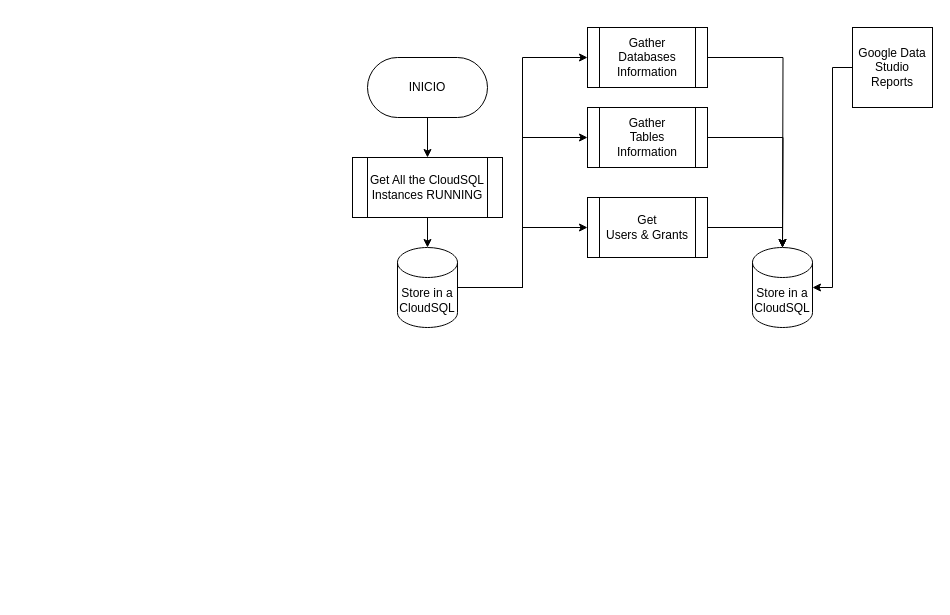
jotaccruz/GCPCloudSQLCollector keeps this draw.io diagram as Telus Automatic Inventory.drawio. Above is the earlier version. Source tidied: cells renumbered, new cells numbered last; positions are measured from the earlier drawing's top-left corner, leaving out a move shared by most shapes. Both pictures are drawn from the tidied source at 100%, with x=0, y=0 at pixel (352, 27).
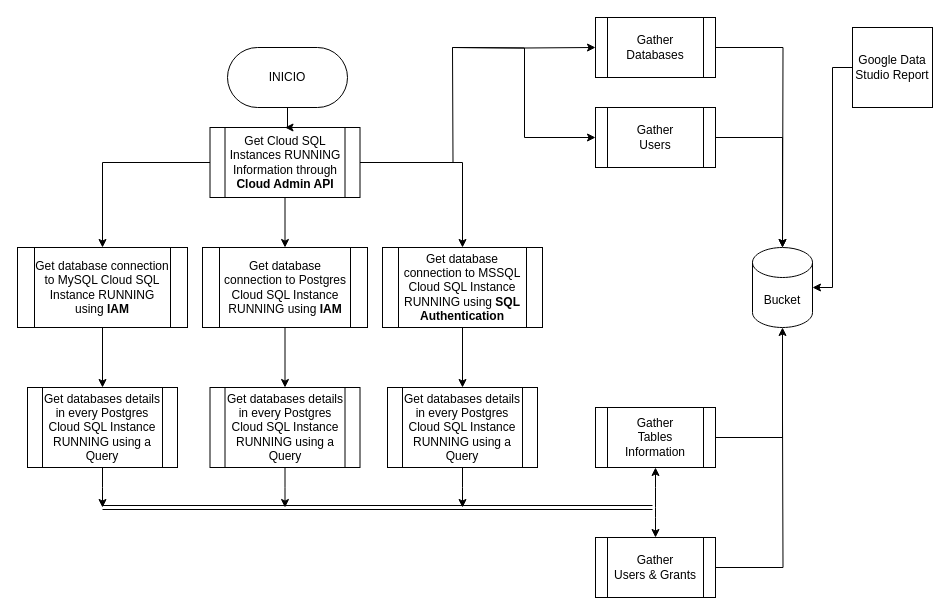
The same page after the edit.

What changed in the source:
```diff
@@
-    <mxCell id="2" style="edgeStyle=orthogonalEdgeStyle;rounded=0;jettySize=auto;html=1;" parent="1" edge="1" source="3" target="9">
-      <mxGeometry relative="1" as="geometry" />
-    </mxCell>
+    <mxCell id="19" style="edgeStyle=orthogonalEdgeStyle;rounded=0;jettySize=auto;html=1;entryX=0.5;entryY=0;entryDx=0;entryDy=0;" parent="1" edge="1" source="3" target="28">
+      <mxGeometry relative="1" as="geometry" />
+    </mxCell>
+    <mxCell id="20" style="edgeStyle=orthogonalEdgeStyle;rounded=0;jettySize=auto;html=1;" parent="1" edge="1" source="3" target="30">
+      <mxGeometry relative="1" as="geometry" />
+    </mxCell>
+    <mxCell id="21" style="edgeStyle=orthogonalEdgeStyle;rounded=0;jettySize=auto;html=1;" parent="1" edge="1" source="3" target="32">
+      <mxGeometry relative="1" as="geometry" />
+    </mxCell>
+    <mxCell id="22" style="edgeStyle=orthogonalEdgeStyle;rounded=0;jettySize=auto;html=1;startArrow=none;startFill=0;endArrow=none;endFill=0;" parent="1" edge="1" source="3">
+      <mxGeometry relative="1" as="geometry">
+        <mxPoint x="100" y="20" as="targetPoint" />
+      </mxGeometry>
+    </mxCell>
-    <mxCell id="3" value="Get All the CloudSQL Instances RUNNING" style="shape=process;whiteSpace=wrap;html=1;backgroundOutline=1;" parent="1" vertex="1">
-      <mxGeometry y="130" width="150" height="60" as="geometry" />
+    <mxCell id="3" value="Get Cloud SQL Instances RUNNING Information through &lt;b&gt;Cloud Admin API&lt;/b&gt;" style="shape=process;whiteSpace=wrap;html=1;backgroundOutline=1;" parent="1" vertex="1">
+      <mxGeometry x="-142.5" y="100" width="150" height="70" as="geometry" />
     </mxCell>
@@
     <mxCell id="5" value="INICIO" style="rounded=1;whiteSpace=wrap;html=1;arcSize=50;" parent="1" vertex="1">
-      <mxGeometry x="15" y="30" width="120" height="60" as="geometry" />
+      <mxGeometry x="-125" y="20" width="120" height="60" as="geometry" />
     </mxCell>
-    <mxCell id="6" style="edgeStyle=orthogonalEdgeStyle;rounded=0;jettySize=auto;html=1;entryX=0;entryY=0.5;entryDx=0;entryDy=0;" parent="1" edge="1" source="9" target="13">
-      <mxGeometry relative="1" as="geometry" />
-    </mxCell>
-    <mxCell id="7" style="edgeStyle=orthogonalEdgeStyle;rounded=0;jettySize=auto;html=1;entryX=0;entryY=0.5;entryDx=0;entryDy=0;" parent="1" edge="1" source="9" target="15">
-      <mxGeometry relative="1" as="geometry" />
-    </mxCell>
-    <mxCell id="8" style="edgeStyle=orthogonalEdgeStyle;rounded=0;jettySize=auto;html=1;entryX=0;entryY=0.5;entryDx=0;entryDy=0;" parent="1" edge="1" source="9" target="11">
-      <mxGeometry relative="1" as="geometry" />
-    </mxCell>
-    <mxCell id="9" value="Store in a CloudSQL" style="shape=cylinder3;whiteSpace=wrap;html=1;boundedLbl=1;backgroundOutline=1;size=15;" parent="1" vertex="1">
-      <mxGeometry x="45" y="220" width="60" height="80" as="geometry" />
-    </mxCell>
+    <mxCell id="23" style="edgeStyle=orthogonalEdgeStyle;rounded=0;jettySize=auto;html=1;entryX=0;entryY=0.5;entryDx=0;entryDy=0;" parent="1" edge="1" target="11">
+      <mxGeometry relative="1" as="geometry">
+        <mxPoint x="100" y="20" as="sourcePoint" />
+      </mxGeometry>
+    </mxCell>
+    <mxCell id="24" style="edgeStyle=orthogonalEdgeStyle;rounded=0;jettySize=auto;html=1;entryX=0;entryY=0.5;entryDx=0;entryDy=0;" parent="1" edge="1" target="15">
+      <mxGeometry relative="1" as="geometry">
+        <mxPoint x="100" y="20" as="sourcePoint" />
+      </mxGeometry>
+    </mxCell>
@@
-    <mxCell id="11" value="Gather&lt;br&gt;Databases Information" style="shape=process;whiteSpace=wrap;html=1;backgroundOutline=1;" parent="1" vertex="1">
-      <mxGeometry x="235" width="120" height="60" as="geometry" />
+    <mxCell id="11" value="Gather&lt;br&gt;Databases" style="shape=process;whiteSpace=wrap;html=1;backgroundOutline=1;" parent="1" vertex="1">
+      <mxGeometry x="243" y="-10" width="120" height="60" as="geometry" />
     </mxCell>
-    <mxCell id="12" style="edgeStyle=orthogonalEdgeStyle;rounded=0;jettySize=auto;html=1;" parent="1" edge="1" source="13">
-      <mxGeometry relative="1" as="geometry">
-        <mxPoint x="430" y="220" as="targetPoint" />
-      </mxGeometry>
-    </mxCell>
+    <mxCell id="25" style="edgeStyle=orthogonalEdgeStyle;rounded=0;jettySize=auto;html=1;startArrow=classic;startFill=1;endArrow=none;endFill=0;" parent="1" edge="1" source="13">
+      <mxGeometry relative="1" as="geometry">
+        <mxPoint x="303" y="480" as="targetPoint" />
+      </mxGeometry>
+    </mxCell>
+    <mxCell id="26" style="edgeStyle=orthogonalEdgeStyle;rounded=0;jettySize=auto;html=1;entryX=0.5;entryY=1;entryDx=0;entryDy=0;entryPerimeter=0;startArrow=none;startFill=0;endArrow=classic;endFill=1;" parent="1" edge="1" source="13" target="16">
+      <mxGeometry relative="1" as="geometry" />
+    </mxCell>
     <mxCell id="13" value="Gather&lt;br&gt;Tables Information" style="shape=process;whiteSpace=wrap;html=1;backgroundOutline=1;" parent="1" vertex="1">
-      <mxGeometry x="235" y="80" width="120" height="60" as="geometry" />
+      <mxGeometry x="243" y="380" width="120" height="60" as="geometry" />
     </mxCell>
@@
-    <mxCell id="15" value="Get &lt;br&gt;Users &amp;amp; Grants" style="shape=process;whiteSpace=wrap;html=1;backgroundOutline=1;" parent="1" vertex="1">
-      <mxGeometry x="235" y="170" width="120" height="60" as="geometry" />
+    <mxCell id="15" value="Gather&lt;br&gt;Users" style="shape=process;whiteSpace=wrap;html=1;backgroundOutline=1;" parent="1" vertex="1">
+      <mxGeometry x="243" y="80" width="120" height="60" as="geometry" />
     </mxCell>
-    <mxCell id="16" value="Store in a CloudSQL" style="shape=cylinder3;whiteSpace=wrap;html=1;boundedLbl=1;backgroundOutline=1;size=15;" parent="1" vertex="1">
+    <mxCell id="16" value="Bucket" style="shape=cylinder3;whiteSpace=wrap;html=1;boundedLbl=1;backgroundOutline=1;size=15;" parent="1" vertex="1">
       <mxGeometry x="400" y="220" width="60" height="80" as="geometry" />
     </mxCell>
@@
-    <mxCell id="18" value="Google Data Studio Reports" style="whiteSpace=wrap;html=1;" parent="1" vertex="1">
+    <mxCell id="18" value="Google Data Studio Report" style="whiteSpace=wrap;html=1;" parent="1" vertex="1">
       <mxGeometry x="500" width="80" height="80" as="geometry" />
     </mxCell>
+    <mxCell id="27" style="edgeStyle=orthogonalEdgeStyle;rounded=0;jettySize=auto;html=1;entryX=0.5;entryY=0;entryDx=0;entryDy=0;" parent="1" edge="1" source="28" target="36">
+      <mxGeometry relative="1" as="geometry" />
+    </mxCell>
+    <mxCell id="28" value="Get database connection to Postgres Cloud SQL Instance RUNNING using &lt;b&gt;IAM&lt;/b&gt;" style="shape=process;whiteSpace=wrap;html=1;backgroundOutline=1;" parent="1" vertex="1">
+      <mxGeometry x="-150" y="220" width="165" height="80" as="geometry" />
+    </mxCell>
+    <mxCell id="29" style="edgeStyle=orthogonalEdgeStyle;rounded=0;jettySize=auto;html=1;entryX=0.5;entryY=0;entryDx=0;entryDy=0;" parent="1" edge="1" source="30" target="34">
+      <mxGeometry relative="1" as="geometry" />
+    </mxCell>
+    <mxCell id="30" value="Get database connection to MySQL Cloud SQL Instance RUNNING using &lt;b&gt;IAM&lt;/b&gt;" style="shape=process;whiteSpace=wrap;html=1;backgroundOutline=1;" parent="1" vertex="1">
+      <mxGeometry x="-335" y="220" width="170" height="80" as="geometry" />
+    </mxCell>
+    <mxCell id="31" style="edgeStyle=orthogonalEdgeStyle;rounded=0;jettySize=auto;html=1;entryX=0.5;entryY=0;entryDx=0;entryDy=0;" parent="1" edge="1" source="32" target="38">
+      <mxGeometry relative="1" as="geometry" />
+    </mxCell>
+    <mxCell id="32" value="Get database connection to MSSQL Cloud SQL Instance RUNNING using &lt;b&gt;SQL Authentication&lt;/b&gt;" style="shape=process;whiteSpace=wrap;html=1;backgroundOutline=1;" parent="1" vertex="1">
+      <mxGeometry x="30" y="220" width="160" height="80" as="geometry" />
+    </mxCell>
+    <mxCell id="33" style="edgeStyle=orthogonalEdgeStyle;rounded=0;jettySize=auto;html=1;" parent="1" edge="1" source="34">
+      <mxGeometry relative="1" as="geometry">
+        <mxPoint x="-250" y="480" as="targetPoint" />
+      </mxGeometry>
+    </mxCell>
+    <mxCell id="34" value="Get databases details in every Postgres Cloud SQL Instance RUNNING using a Query" style="shape=process;whiteSpace=wrap;html=1;backgroundOutline=1;" parent="1" vertex="1">
+      <mxGeometry x="-325" y="360" width="150" height="80" as="geometry" />
+    </mxCell>
+    <mxCell id="35" style="edgeStyle=orthogonalEdgeStyle;rounded=0;jettySize=auto;html=1;" parent="1" edge="1" source="36">
+      <mxGeometry relative="1" as="geometry">
+        <mxPoint x="-67.5" y="480" as="targetPoint" />
+      </mxGeometry>
+    </mxCell>
+    <mxCell id="36" value="Get databases details in every Postgres Cloud SQL Instance RUNNING using a Query" style="shape=process;whiteSpace=wrap;html=1;backgroundOutline=1;" parent="1" vertex="1">
+      <mxGeometry x="-142.5" y="360" width="150" height="80" as="geometry" />
+    </mxCell>
+    <mxCell id="37" style="edgeStyle=orthogonalEdgeStyle;rounded=0;jettySize=auto;html=1;" parent="1" edge="1" source="38">
+      <mxGeometry relative="1" as="geometry">
+        <mxPoint x="110" y="480" as="targetPoint" />
+      </mxGeometry>
+    </mxCell>
+    <mxCell id="38" value="Get databases details in every Postgres Cloud SQL Instance RUNNING using a Query" style="shape=process;whiteSpace=wrap;html=1;backgroundOutline=1;" parent="1" vertex="1">
+      <mxGeometry x="35" y="360" width="150" height="80" as="geometry" />
+    </mxCell>
+    <mxCell id="39" style="shape=link;html=1;rounded=0;" parent="1" edge="1">
+      <mxGeometry relative="1" as="geometry">
+        <mxPoint x="-250" y="480" as="sourcePoint" />
+        <mxPoint x="300" y="480" as="targetPoint" />
+      </mxGeometry>
+    </mxCell>
+    <mxCell id="40" style="edgeStyle=orthogonalEdgeStyle;rounded=0;jettySize=auto;html=1;startArrow=classic;startFill=1;endArrow=none;endFill=0;" parent="1" edge="1" source="42">
+      <mxGeometry relative="1" as="geometry">
+        <mxPoint x="303" y="480" as="targetPoint" />
+      </mxGeometry>
+    </mxCell>
+    <mxCell id="41" style="edgeStyle=orthogonalEdgeStyle;rounded=0;jettySize=auto;html=1;startArrow=none;startFill=0;endArrow=none;endFill=0;" parent="1" edge="1" source="42">
+      <mxGeometry relative="1" as="geometry">
+        <mxPoint x="430" y="390" as="targetPoint" />
+      </mxGeometry>
+    </mxCell>
+    <mxCell id="42" value="Gather&lt;br&gt;Users &amp;amp; Grants" style="shape=process;whiteSpace=wrap;html=1;backgroundOutline=1;" parent="1" vertex="1">
+      <mxGeometry x="243" y="510" width="120" height="60" as="geometry" />
+    </mxCell>
```
